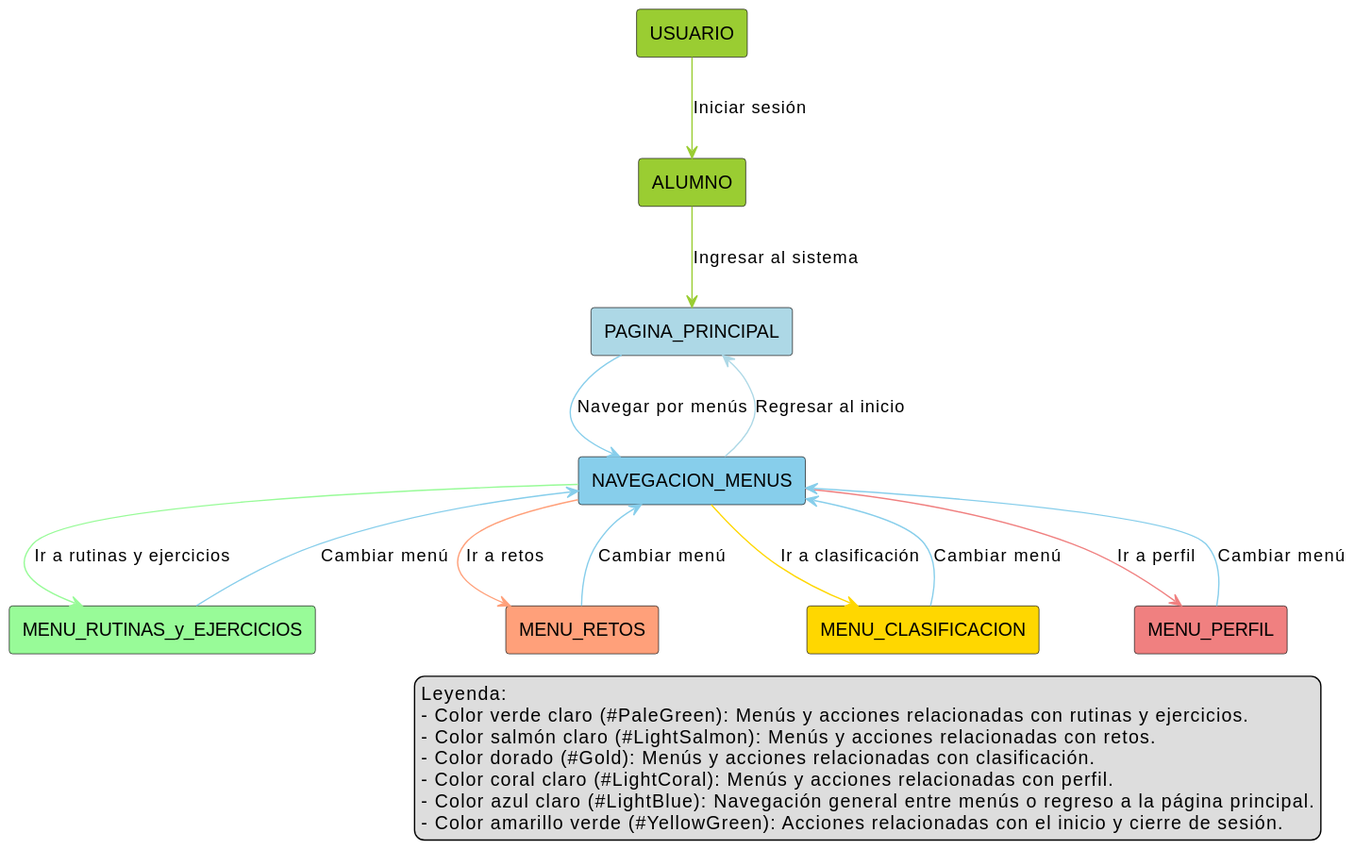
mmasias/24-25-IdSw1-SDR keeps this PlantUML diagram as Documentos/Imagenes/DiagramasContexto/DiagramasDeContextoAlumno/AlumnoContexto.svg. Above is the earlier version.
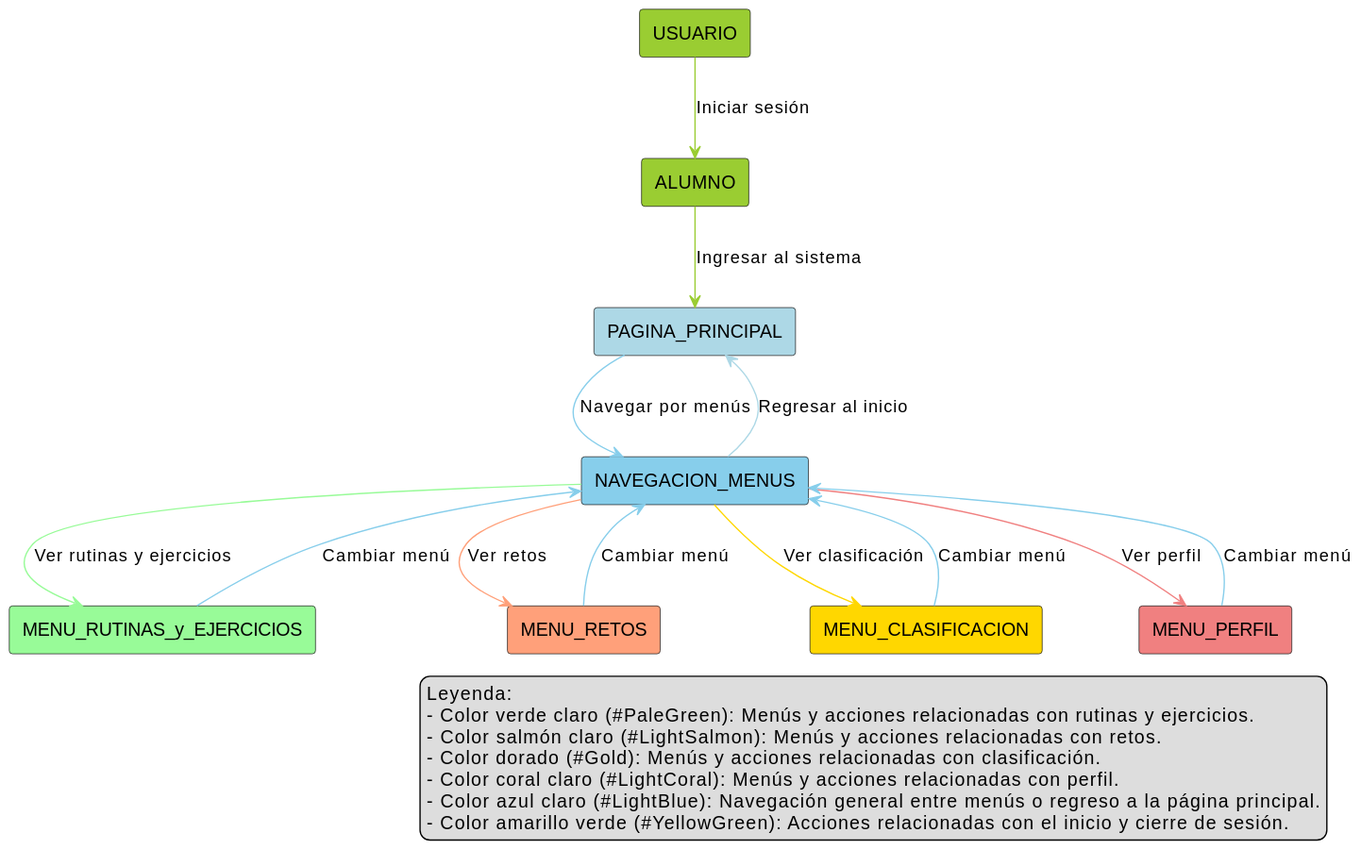
The same diagram one commit later.

Commit message:
Contexto Alumnos

The edit, as a diff of the source:
```diff
@@ -16,10 +16,10 @@
 ALUMNO -[#YellowGreen]-> PAGINA_PRINCIPAL : Ingresar al sistema
 PAGINA_PRINCIPAL -[#SkyBlue]-> NAVEGACION_MENUS : Navegar por menús
 
-NAVEGACION_MENUS -[#PaleGreen]-> MENU_RUTINAS_y_EJERCICIOS : Ir a rutinas y ejercicios
-NAVEGACION_MENUS -[#LightSalmon]-> MENU_RETOS : Ir a retos
-NAVEGACION_MENUS -[#Gold]-> MENU_CLASIFICACION : Ir a clasificación
-NAVEGACION_MENUS -[#LightCoral]-> MENU_PERFIL : Ir a perfil
+NAVEGACION_MENUS -[#PaleGreen]-> MENU_RUTINAS_y_EJERCICIOS : Ver rutinas y ejercicios
+NAVEGACION_MENUS -[#LightSalmon]-> MENU_RETOS : Ver retos
+NAVEGACION_MENUS -[#Gold]-> MENU_CLASIFICACION : Ver clasificación
+NAVEGACION_MENUS -[#LightCoral]-> MENU_PERFIL : Ver perfil
 NAVEGACION_MENUS -[#LightBlue]-> PAGINA_PRINCIPAL : Regresar al inicio
 
 MENU_PERFIL -[#SkyBlue]-> NAVEGACION_MENUS: Cambiar menú
```
